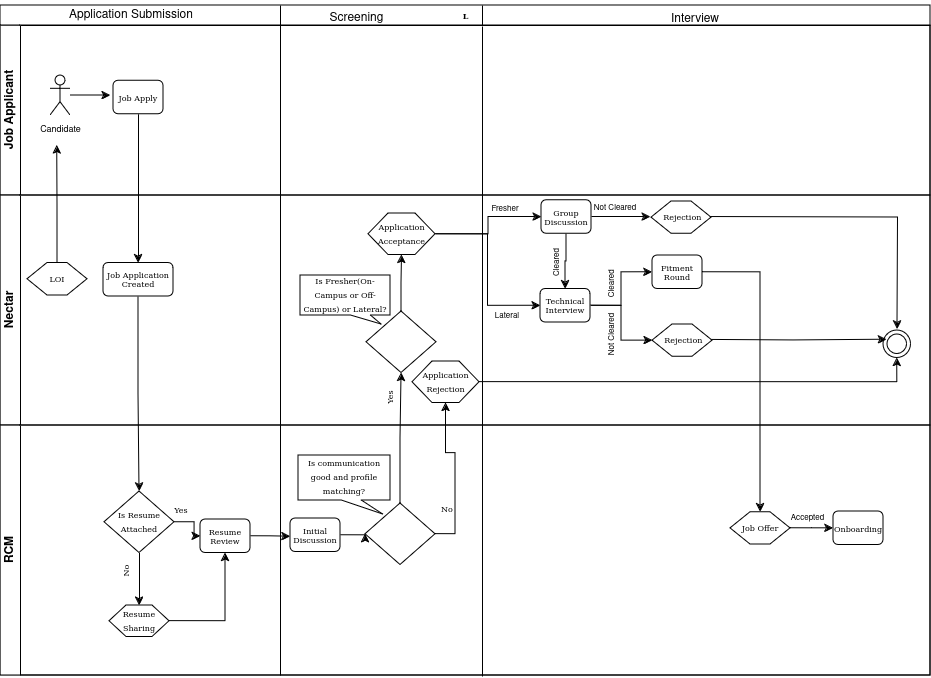
This is R2O/r2o-flow.png from Iswariya-LMNAs/Diagrams, a draw.io export, as it was before one commit. Source tidied: cells renumbered, new cells last; positions are measured from the earlier drawing's top-left corner, leaving out a move shared by most shapes.
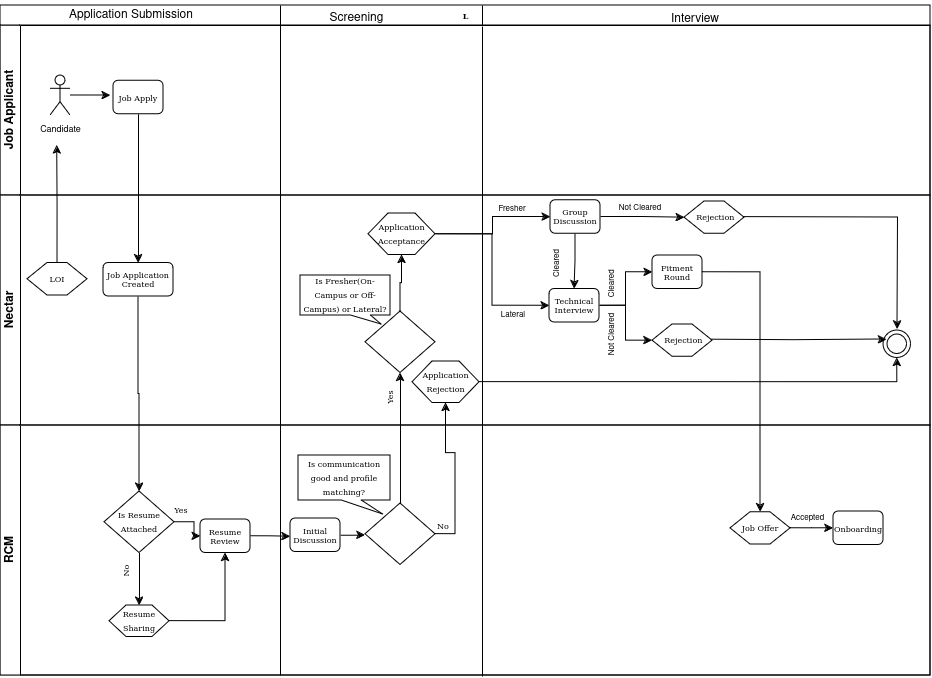
Later version of the same file.

Change to the diagram source:
```diff
@@ -3,7 +3,7 @@
     <mxCell id="0" />
     <mxCell id="1" parent="0" />
     <mxCell id="2" value="&lt;font style=&quot;font-size: 8px;&quot;&gt;Fresher&lt;/font&gt;" style="text;html=1;align=center;verticalAlign=middle;whiteSpace=wrap;rounded=0;" parent="1" vertex="1">
-      <mxGeometry x="495" y="203" width="20" height="10" as="geometry" />
+      <mxGeometry x="502" y="203" width="20" height="10" as="geometry" />
     </mxCell>
     <mxCell id="3" style="edgeStyle=orthogonalEdgeStyle;rounded=0;jettySize=auto;html=1;exitX=1;exitY=0.5;exitDx=0;exitDy=0;" parent="1" edge="1" source="4">
       <mxGeometry relative="1" as="geometry">
@@ -72,16 +72,14 @@
     <mxCell id="20" value="Job Application Created" style="rounded=1;whiteSpace=wrap;html=1;shadow=0;labelBackgroundColor=none;strokeWidth=1;fontFamily=Verdana;fontSize=8;align=center;" parent="19" vertex="1">
       <mxGeometry x="103" y="67.5" width="70" height="33.5" as="geometry" />
     </mxCell>
-    <mxCell id="21" style="edgeStyle=orthogonalEdgeStyle;rounded=0;jettySize=auto;html=1;exitX=1;exitY=0.5;exitDx=0;exitDy=0;entryX=0;entryY=0.5;entryDx=0;entryDy=0;" parent="19" edge="1" source="23">
-      <mxGeometry relative="1" as="geometry">
-        <mxPoint x="650" y="21.5" as="targetPoint" />
-      </mxGeometry>
-    </mxCell>
     <mxCell id="22" style="edgeStyle=orthogonalEdgeStyle;rounded=0;jettySize=auto;html=1;exitX=0.5;exitY=1;exitDx=0;exitDy=0;entryX=0.5;entryY=0;entryDx=0;entryDy=0;" parent="19" edge="1" source="23" target="26">
       <mxGeometry relative="1" as="geometry" />
     </mxCell>
+    <mxCell id="69" style="edgeStyle=orthogonalEdgeStyle;rounded=0;jettySize=auto;html=1;exitX=1;exitY=0.5;exitDx=0;exitDy=0;" parent="19" edge="1" source="23" target="45">
+      <mxGeometry relative="1" as="geometry" />
+    </mxCell>
     <mxCell id="23" value="&lt;div&gt;Group&lt;/div&gt;&lt;div&gt;Discussion&lt;br&gt;&lt;/div&gt;" style="rounded=1;whiteSpace=wrap;html=1;shadow=0;labelBackgroundColor=none;strokeWidth=1;fontFamily=Verdana;fontSize=8;align=center;" parent="19" vertex="1">
-      <mxGeometry x="541" y="4.8" width="50" height="33.5" as="geometry" />
+      <mxGeometry x="550" y="4.8" width="50" height="33.5" as="geometry" />
     </mxCell>
     <mxCell id="24" style="edgeStyle=orthogonalEdgeStyle;rounded=0;jettySize=auto;html=1;exitX=1;exitY=0.5;exitDx=0;exitDy=0;entryX=0;entryY=0.5;entryDx=0;entryDy=0;" parent="19" edge="1" source="26" target="28">
       <mxGeometry relative="1" as="geometry" />
@@ -90,10 +88,10 @@
       <mxGeometry relative="1" as="geometry" />
     </mxCell>
     <mxCell id="26" value="&lt;div&gt;Technical &lt;br&gt;&lt;/div&gt;&lt;div&gt;Interview&lt;br&gt;&lt;/div&gt;" style="rounded=1;whiteSpace=wrap;html=1;shadow=0;labelBackgroundColor=none;strokeWidth=1;fontFamily=Verdana;fontSize=8;align=center;" parent="19" vertex="1">
-      <mxGeometry x="540" y="93.5" width="50" height="33.5" as="geometry" />
+      <mxGeometry x="549" y="93.5" width="50" height="33.5" as="geometry" />
     </mxCell>
     <mxCell id="27" value="&lt;font style=&quot;font-size: 8px;&quot;&gt;Lateral&lt;/font&gt;" style="text;html=1;align=center;verticalAlign=middle;whiteSpace=wrap;rounded=0;" parent="19" vertex="1">
-      <mxGeometry x="482" y="110" width="50" height="20" as="geometry" />
+      <mxGeometry x="488" y="109" width="50" height="20" as="geometry" />
     </mxCell>
     <mxCell id="28" value="&lt;div&gt;Fitment&lt;br&gt;&lt;/div&gt;&lt;div&gt;Round&lt;br&gt;&lt;/div&gt;" style="rounded=1;whiteSpace=wrap;html=1;shadow=0;labelBackgroundColor=none;strokeWidth=1;fontFamily=Verdana;fontSize=8;align=center;" parent="19" vertex="1">
       <mxGeometry x="652" y="60" width="50" height="33.5" as="geometry" />
@@ -108,7 +106,7 @@
       <mxGeometry x="529.5" y="56.5" width="51" height="22" as="geometry" />
     </mxCell>
     <mxCell id="31" value="&lt;font style=&quot;font-size: 8px;&quot;&gt;Not Cleared&lt;/font&gt;" style="text;html=1;align=center;verticalAlign=middle;whiteSpace=wrap;rounded=0;" parent="19" vertex="1">
-      <mxGeometry x="590" y="2" width="50" height="20" as="geometry" />
+      <mxGeometry x="615" y="2" width="50" height="20" as="geometry" />
     </mxCell>
     <mxCell id="32" value="&lt;font style=&quot;font-size: 8px;&quot;&gt;Cleared&lt;/font&gt;" style="text;html=1;align=center;verticalAlign=middle;whiteSpace=wrap;rounded=0;rotation=270;" parent="19" vertex="1">
       <mxGeometry x="601" y="83" width="20" height="10.5" as="geometry" />
@@ -154,7 +152,7 @@
       <mxGeometry x="412" y="166" width="67" height="41.5" as="geometry" />
     </mxCell>
     <mxCell id="45" value="&lt;font style=&quot;font-size: 8px;&quot; face=&quot;Verdana&quot;&gt;&amp;nbsp;Rejection&lt;/font&gt;" style="shape=hexagon;perimeter=hexagonPerimeter2;whiteSpace=wrap;html=1;fixedSize=1;" parent="19" vertex="1">
-      <mxGeometry x="651" y="6" width="60" height="32.2" as="geometry" />
+      <mxGeometry x="684" y="6" width="60" height="32.2" as="geometry" />
     </mxCell>
     <mxCell id="46" value="&lt;font style=&quot;font-size: 8px;&quot; face=&quot;Verdana&quot;&gt;&amp;nbsp;Rejection&lt;/font&gt;" style="shape=hexagon;perimeter=hexagonPerimeter2;whiteSpace=wrap;html=1;fixedSize=1;" parent="19" vertex="1">
       <mxGeometry x="652" y="129" width="60" height="32.2" as="geometry" />
@@ -193,13 +191,13 @@
       <mxGeometry x="95" y="130.5" width="60" height="30" as="geometry" />
     </mxCell>
     <mxCell id="58" value="&lt;font style=&quot;font-size: 8px;&quot; face=&quot;Verdana&quot;&gt;No&lt;/font&gt;" style="text;html=1;align=center;verticalAlign=middle;whiteSpace=wrap;rounded=0;rotation=0;" parent="49" vertex="1">
-      <mxGeometry x="417" y="68.5" width="60" height="30" as="geometry" />
+      <mxGeometry x="413" y="85.5" width="60" height="30" as="geometry" />
     </mxCell>
     <mxCell id="59" value="&lt;font style=&quot;font-size: 8px;&quot; face=&quot;Verdana&quot;&gt;Yes&lt;/font&gt;" style="text;html=1;align=center;verticalAlign=middle;whiteSpace=wrap;rounded=0;rotation=270;" parent="49" vertex="1">
       <mxGeometry x="360" y="-43" width="60" height="30" as="geometry" />
     </mxCell>
     <mxCell id="60" style="rhombus;whiteSpace=wrap;html=1;" parent="49" vertex="1">
-      <mxGeometry x="366" y="-114" width="70" height="61.5" as="geometry" />
+      <mxGeometry x="365" y="-114" width="70" height="61.5" as="geometry" />
     </mxCell>
     <mxCell id="61" value="&lt;font style=&quot;font-size: 8px;&quot; face=&quot;Verdana&quot;&gt;Job Offer&lt;/font&gt;" style="shape=hexagon;perimeter=hexagonPerimeter2;whiteSpace=wrap;html=1;fixedSize=1;" parent="49" vertex="1">
       <mxGeometry x="730" y="86.6" width="60" height="32.2" as="geometry" />
@@ -210,15 +208,15 @@
     <mxCell id="63" style="edgeStyle=orthogonalEdgeStyle;rounded=0;jettySize=auto;html=1;exitX=1;exitY=0.5;exitDx=0;exitDy=0;entryX=0.5;entryY=0;entryDx=0;entryDy=0;" parent="9" edge="1" source="28" target="61">
       <mxGeometry relative="1" as="geometry" />
     </mxCell>
+    <mxCell id="65" style="endArrow=none;html=1;rounded=0;" parent="9" edge="1">
+      <mxGeometry relative="1" as="geometry">
+        <mxPoint x="482" y="20" as="sourcePoint" />
+        <mxPoint x="482" as="targetPoint" />
+      </mxGeometry>
+    </mxCell>
     <mxCell id="64" style="edgeStyle=orthogonalEdgeStyle;rounded=0;jettySize=auto;html=1;exitX=1;exitY=0.5;exitDx=0;exitDy=0;entryX=0.5;entryY=1;entryDx=0;entryDy=0;" parent="9" edge="1" source="54" target="44">
       <mxGeometry relative="1" as="geometry" />
     </mxCell>
-    <mxCell id="65" style="endArrow=none;html=1;rounded=0;" parent="9" edge="1">
-      <mxGeometry relative="1" as="geometry">
-        <mxPoint x="482" y="20" as="sourcePoint" />
-        <mxPoint x="482" as="targetPoint" />
-      </mxGeometry>
-    </mxCell>
     <mxCell id="66" value="Application Submission" style="text;html=1;align=center;verticalAlign=middle;whiteSpace=wrap;rounded=0;" parent="1" vertex="1">
       <mxGeometry x="31" width="200" height="30" as="geometry" />
     </mxCell>
```
